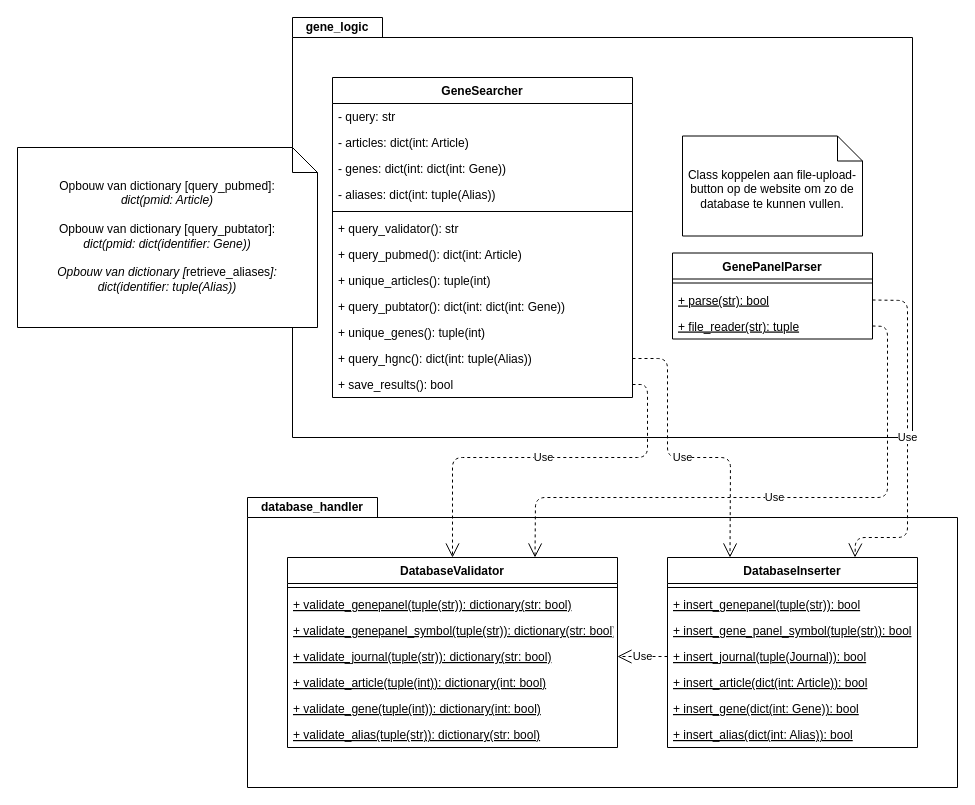
Above: UML class diagram.drawio in MaxNollet/j2_blk4_eindopdracht_flask (draw.io), before the change. Source tidied: cells renumbered, new cells numbered last; positions are measured from the earlier drawing's top-left corner, leaving out a move shared by most shapes. Both pictures are drawn from the tidied source at 100%, with x=0, y=0 at pixel (17, 17).
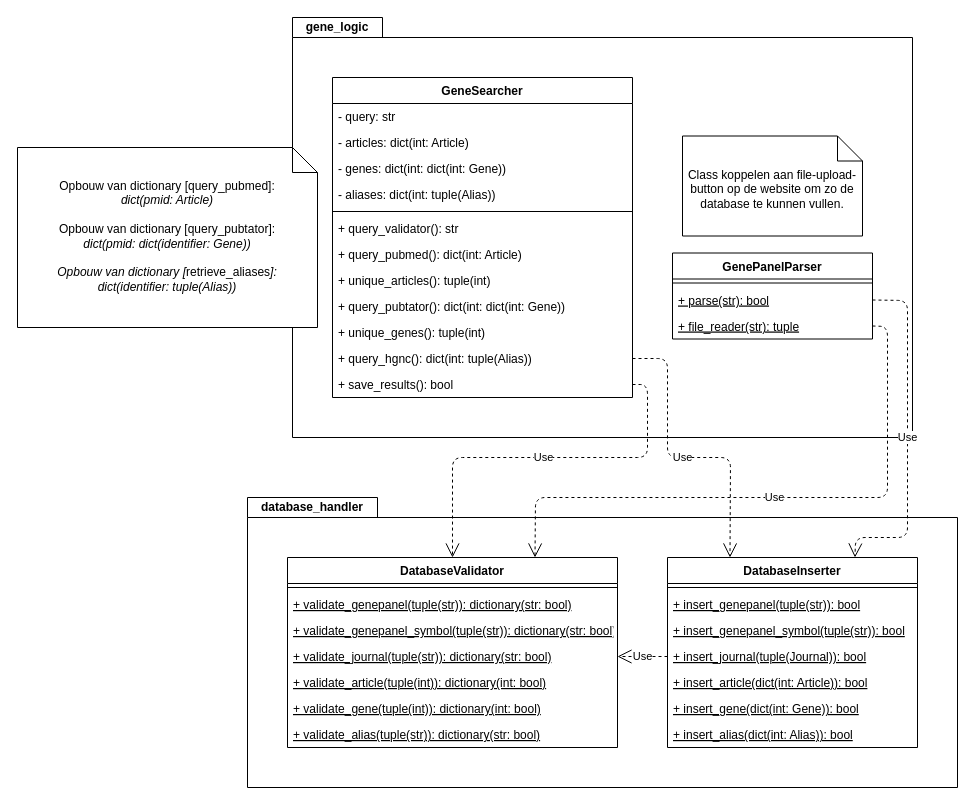
The same page after the edit.

Commit message:
Naam van functie aangepast, nu consistent met andere namen van functies

The change refers to these unchanged cells:
```xml
<mxCell id="12" value="DatabaseInserter" style="swimlane;fontStyle=1;align=center;verticalAlign=top;horizontal=1;startSize=26;" parent="2" vertex="1">
  <mxGeometry x="420" y="60" width="250" height="190" as="geometry" />
</mxCell>
```

Diff of the diagram source:
```diff
@@
-    <mxCell id="15" value="+ insert_gene_panel_symbol(tuple(str)): bool" style="text;strokeColor=none;fillColor=none;align=left;verticalAlign=top;spacingLeft=4;spacingRight=4;overflow=hidden;fontStyle=4;" parent="12" vertex="1">
+    <mxCell id="15" value="+ insert_genepanel_symbol(tuple(str)): bool" style="text;strokeColor=none;fillColor=none;align=left;verticalAlign=top;spacingLeft=4;spacingRight=4;overflow=hidden;fontStyle=4;" parent="12" vertex="1">
       <mxGeometry y="60" width="250" height="26" as="geometry" />
     </mxCell>
```
